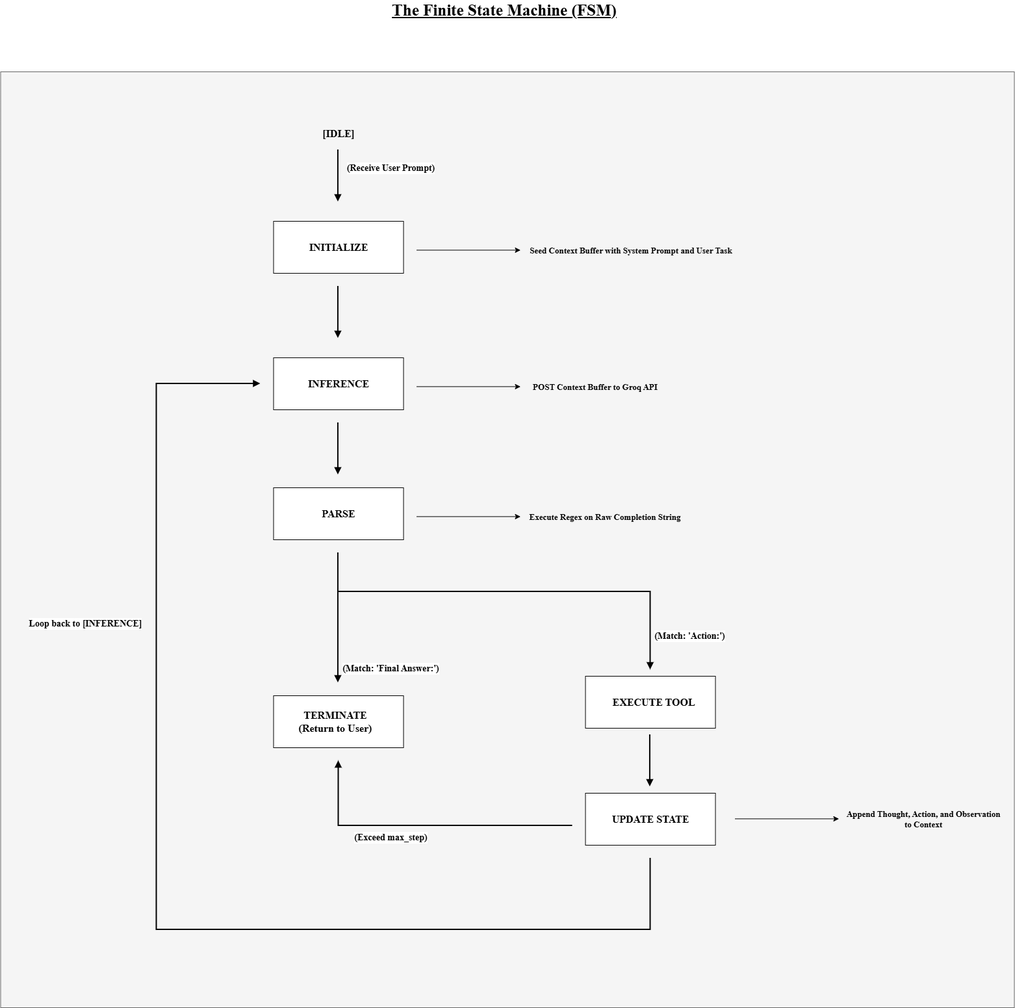
Above: projects/P01 - Raw Python ReAct Loop/architecture/The Finite State Machine (FSM).png in RansiluRanasinghe/agentic-ai-engineering (draw.io), before the change. Source tidied: cells renumbered, new cells last; positions are measured from the earlier drawing's top-left corner, leaving out a move shared by most shapes.
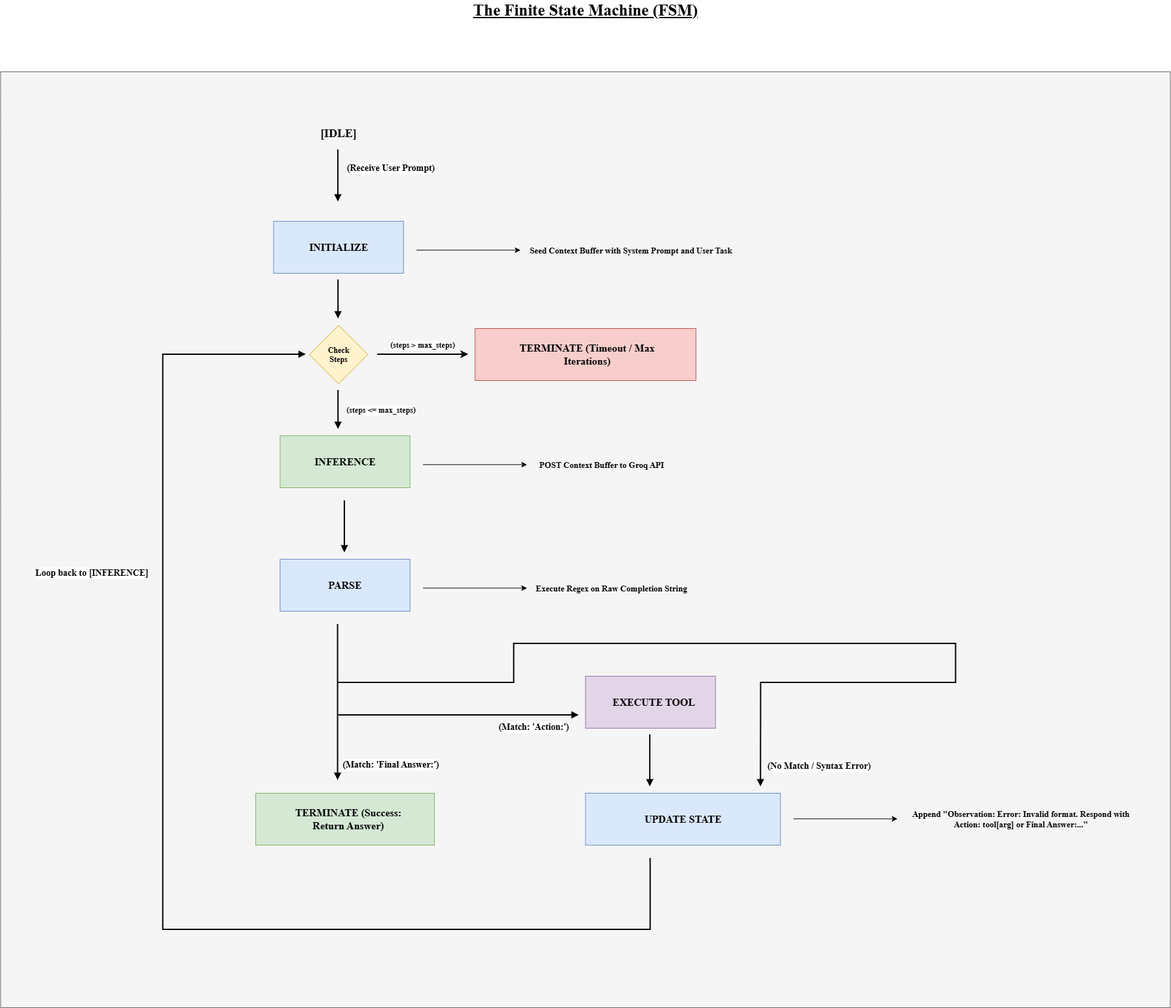
After the change.

Commit message:
docs(p01): updated system topology and FSM architecture diagrams

Diff of the diagram source:
```diff
@@ -3,12 +3,12 @@
     <mxCell id="0" />
     <mxCell id="1" parent="0" />
     <mxCell id="2" style="rounded=0;whiteSpace=wrap;html=1;fillColor=#f5f5f5;strokeColor=#666666;fontColor=#333333;" parent="1" vertex="1">
-      <mxGeometry y="110" width="1560" height="1440" as="geometry" />
+      <mxGeometry y="110" width="1800" height="1440" as="geometry" />
     </mxCell>
     <mxCell id="3" value="The Finite State Machine (FSM)" style="text;html=1;whiteSpace=wrap;strokeColor=none;fillColor=none;align=center;verticalAlign=middle;rounded=0;fontStyle=5;fontSize=25;fontFamily=Times New Roman;textShadow=0;labelBackgroundColor=none;labelBorderColor=none;" parent="1" vertex="1">
-      <mxGeometry width="1550" height="30" as="geometry" />
+      <mxGeometry width="1800" height="30" as="geometry" />
     </mxCell>
-    <mxCell id="4" value="[IDLE]" style="text;html=1;whiteSpace=wrap;strokeColor=none;fillColor=none;align=center;verticalAlign=middle;rounded=0;fontStyle=1;fontFamily=Times New Roman;fontSize=16;" parent="1" vertex="1">
+    <mxCell id="4" value="[IDLE]" style="text;html=1;whiteSpace=wrap;strokeColor=none;fillColor=none;align=center;verticalAlign=middle;rounded=0;fontStyle=1;fontFamily=Times New Roman;fontSize=18;labelBorderColor=none;textShadow=0;labelBackgroundColor=none;" parent="1" vertex="1">
       <mxGeometry x="420" y="190" width="200" height="30" as="geometry" />
     </mxCell>
     <mxCell id="5" value="&lt;font face=&quot;Times New Roman&quot;&gt;&lt;b&gt;(Receive User Prompt)&lt;/b&gt;&lt;/font&gt;" style="html=1;verticalAlign=bottom;endArrow=block;curved=0;rounded=0;strokeWidth=2;fontSize=14;" parent="1" edge="1">
@@ -17,7 +17,7 @@
         <mxPoint x="519.4" y="310" as="targetPoint" />
       </mxGeometry>
     </mxCell>
-    <mxCell id="6" style="rounded=0;whiteSpace=wrap;html=1;" parent="1" vertex="1">
+    <mxCell id="6" style="rounded=0;whiteSpace=wrap;html=1;fillColor=#dae8fc;strokeColor=#6c8ebf;" parent="1" vertex="1">
       <mxGeometry x="420" y="340" width="200" height="80" as="geometry" />
     </mxCell>
     <mxCell id="7" value="INITIALIZE" style="text;html=1;whiteSpace=wrap;strokeColor=none;fillColor=none;align=center;verticalAlign=middle;rounded=0;fontStyle=1;fontFamily=Times New Roman;fontSize=16;" parent="1" vertex="1">
@@ -32,80 +32,71 @@
     <mxCell id="9" value="Seed Context Buffer with System Prompt and User Task" style="text;html=1;whiteSpace=wrap;strokeColor=none;fillColor=none;align=center;verticalAlign=middle;rounded=0;fontSize=13;fontFamily=Times New Roman;fontStyle=1;" parent="1" vertex="1">
       <mxGeometry x="810" y="370" width="320" height="30" as="geometry" />
     </mxCell>
-    <mxCell id="10" style="html=1;verticalAlign=bottom;endArrow=block;curved=0;rounded=0;strokeWidth=2;fontSize=14;" parent="1" edge="1">
-      <mxGeometry y="81" relative="1" as="geometry">
-        <mxPoint x="519.4" y="440" as="sourcePoint" />
-        <mxPoint x="519.4" y="520" as="targetPoint" />
-      </mxGeometry>
-    </mxCell>
-    <mxCell id="11" style="rounded=0;whiteSpace=wrap;html=1;" parent="1" vertex="1">
-      <mxGeometry x="420" y="550" width="200" height="80" as="geometry" />
+    <mxCell id="11" style="rounded=0;whiteSpace=wrap;html=1;fillColor=#d5e8d4;strokeColor=#82b366;" parent="1" vertex="1">
+      <mxGeometry x="430" y="670" width="200" height="80" as="geometry" />
     </mxCell>
     <mxCell id="12" value="INFERENCE" style="text;html=1;whiteSpace=wrap;strokeColor=none;fillColor=none;align=center;verticalAlign=middle;rounded=0;fontStyle=1;fontFamily=Times New Roman;fontSize=16;" parent="1" vertex="1">
-      <mxGeometry x="455" y="575" width="130" height="30" as="geometry" />
+      <mxGeometry x="465" y="695" width="130" height="30" as="geometry" />
     </mxCell>
     <mxCell id="13" style="endArrow=classic;html=1;rounded=0;" parent="1" edge="1">
       <mxGeometry relative="1" as="geometry">
-        <mxPoint x="640" y="594.4" as="sourcePoint" />
-        <mxPoint x="800" y="594.4" as="targetPoint" />
+        <mxPoint x="650" y="714.4" as="sourcePoint" />
+        <mxPoint x="810" y="714.4" as="targetPoint" />
       </mxGeometry>
     </mxCell>
     <mxCell id="14" value="POST Context Buffer to Groq API" style="text;html=1;whiteSpace=wrap;strokeColor=none;fillColor=none;align=center;verticalAlign=middle;rounded=0;fontSize=13;fontFamily=Times New Roman;fontStyle=1;" parent="1" vertex="1">
-      <mxGeometry x="810" y="580" width="210" height="30" as="geometry" />
+      <mxGeometry x="820" y="700" width="210" height="30" as="geometry" />
     </mxCell>
-    <mxCell id="15" style="rounded=0;whiteSpace=wrap;html=1;" parent="1" vertex="1">
-      <mxGeometry x="420" y="750" width="200" height="80" as="geometry" />
+    <mxCell id="15" style="rounded=0;whiteSpace=wrap;html=1;fillColor=#dae8fc;strokeColor=#6c8ebf;" parent="1" vertex="1">
+      <mxGeometry x="430" y="860" width="200" height="80" as="geometry" />
     </mxCell>
     <mxCell id="16" value="PARSE" style="text;html=1;whiteSpace=wrap;strokeColor=none;fillColor=none;align=center;verticalAlign=middle;rounded=0;fontStyle=1;fontFamily=Times New Roman;fontSize=16;" parent="1" vertex="1">
-      <mxGeometry x="455" y="775" width="130" height="30" as="geometry" />
+      <mxGeometry x="465" y="885" width="130" height="30" as="geometry" />
     </mxCell>
     <mxCell id="17" style="endArrow=classic;html=1;rounded=0;" parent="1" edge="1">
       <mxGeometry relative="1" as="geometry">
-        <mxPoint x="640" y="794.4" as="sourcePoint" />
-        <mxPoint x="800" y="794.4" as="targetPoint" />
+        <mxPoint x="650" y="904.4" as="sourcePoint" />
+        <mxPoint x="810" y="904.4" as="targetPoint" />
       </mxGeometry>
     </mxCell>
     <mxCell id="18" value="Execute Regex on Raw Completion String" style="text;html=1;whiteSpace=wrap;strokeColor=none;fillColor=none;align=center;verticalAlign=middle;rounded=0;fontSize=13;fontFamily=Times New Roman;fontStyle=1;" parent="1" vertex="1">
-      <mxGeometry x="810" y="780" width="240" height="30" as="geometry" />
+      <mxGeometry x="820" y="890" width="240" height="30" as="geometry" />
     </mxCell>
     <mxCell id="19" style="html=1;verticalAlign=bottom;endArrow=block;curved=0;rounded=0;strokeWidth=2;fontSize=14;" parent="1" edge="1">
       <mxGeometry y="81" relative="1" as="geometry">
-        <mxPoint x="519.4" y="650" as="sourcePoint" />
-        <mxPoint x="519.4" y="730" as="targetPoint" />
+        <mxPoint x="529.4" y="770" as="sourcePoint" />
+        <mxPoint x="529.4" y="850" as="targetPoint" />
       </mxGeometry>
     </mxCell>
-    <mxCell id="20" style="rounded=0;whiteSpace=wrap;html=1;" parent="1" vertex="1">
-      <mxGeometry x="420" y="1070" width="200" height="80" as="geometry" />
+    <mxCell id="20" style="rounded=0;whiteSpace=wrap;html=1;fillColor=#d5e8d4;strokeColor=#82b366;" parent="1" vertex="1">
+      <mxGeometry x="392.5" y="1220" width="275" height="80" as="geometry" />
     </mxCell>
-    <mxCell id="21" value="TERMINATE&lt;div&gt;(Return to User)&lt;/div&gt;" style="text;html=1;whiteSpace=wrap;strokeColor=none;fillColor=none;align=center;verticalAlign=middle;rounded=0;fontStyle=1;fontFamily=Times New Roman;fontSize=16;" parent="1" vertex="1">
-      <mxGeometry x="450" y="1095" width="130" height="30" as="geometry" />
+    <mxCell id="21" value="TERMINATE (Success: Return Answer)" style="text;html=1;whiteSpace=wrap;strokeColor=none;fillColor=none;align=center;verticalAlign=middle;rounded=0;fontStyle=1;fontFamily=Times New Roman;fontSize=16;" parent="1" vertex="1">
+      <mxGeometry x="440" y="1245" width="190" height="30" as="geometry" />
     </mxCell>
     <mxCell id="22" value="&lt;font face=&quot;Times New Roman&quot;&gt;&lt;b&gt;(Match: 'Final Answer:')&lt;/b&gt;&lt;/font&gt;" style="html=1;verticalAlign=bottom;endArrow=block;curved=0;rounded=0;strokeWidth=2;fontSize=14;" parent="1" edge="1">
       <mxGeometry x="0.9" y="81" relative="1" as="geometry">
-        <mxPoint x="519.4" y="850" as="sourcePoint" />
-        <mxPoint x="519.4" y="1050" as="targetPoint" />
+        <mxPoint x="519" y="960" as="sourcePoint" />
+        <mxPoint x="519" y="1200" as="targetPoint" />
       </mxGeometry>
     </mxCell>
-    <mxCell id="23" style="rounded=0;whiteSpace=wrap;html=1;" parent="1" vertex="1">
+    <mxCell id="23" style="rounded=0;whiteSpace=wrap;html=1;fillColor=#e1d5e7;strokeColor=#9673a6;" parent="1" vertex="1">
       <mxGeometry x="900" y="1040" width="200" height="80" as="geometry" />
     </mxCell>
     <mxCell id="24" value="EXECUTE TOOL" style="text;html=1;whiteSpace=wrap;strokeColor=none;fillColor=none;align=center;verticalAlign=middle;rounded=0;fontStyle=1;fontFamily=Times New Roman;fontSize=16;" parent="1" vertex="1">
       <mxGeometry x="930" y="1065" width="150" height="30" as="geometry" />
     </mxCell>
     <mxCell id="25" value="&lt;font face=&quot;Times New Roman&quot;&gt;&lt;b&gt;(Match: 'Action:')&lt;/b&gt;&lt;/font&gt;" style="html=1;verticalAlign=bottom;endArrow=block;curved=0;rounded=0;strokeWidth=2;fontSize=14;" parent="1" edge="1">
-      <mxGeometry x="0.87" y="60" relative="1" as="geometry">
-        <mxPoint x="520" y="910" as="sourcePoint" />
-        <mxPoint x="1000" y="1030" as="targetPoint" />
-        <Array as="points">
-          <mxPoint x="1000" y="910" />
-        </Array>
+      <mxGeometry x="0.62" y="-30" relative="1" as="geometry">
+        <mxPoint x="520" y="1100" as="sourcePoint" />
+        <mxPoint x="890" y="1100" as="targetPoint" />
       </mxGeometry>
     </mxCell>
-    <mxCell id="26" style="rounded=0;whiteSpace=wrap;html=1;" parent="1" vertex="1">
-      <mxGeometry x="900" y="1220" width="200" height="80" as="geometry" />
+    <mxCell id="26" style="rounded=0;whiteSpace=wrap;html=1;fillColor=#dae8fc;strokeColor=#6c8ebf;" parent="1" vertex="1">
+      <mxGeometry x="900" y="1220" width="300" height="80" as="geometry" />
     </mxCell>
     <mxCell id="27" value="UPDATE STATE" style="text;html=1;whiteSpace=wrap;strokeColor=none;fillColor=none;align=center;verticalAlign=middle;rounded=0;fontStyle=1;fontFamily=Times New Roman;fontSize=16;" parent="1" vertex="1">
-      <mxGeometry x="930" y="1245" width="140" height="30" as="geometry" />
+      <mxGeometry x="980" y="1245" width="140" height="30" as="geometry" />
     </mxCell>
     <mxCell id="28" style="html=1;verticalAlign=bottom;endArrow=block;curved=0;rounded=0;strokeWidth=2;fontSize=14;" parent="1" edge="1">
       <mxGeometry y="81" relative="1" as="geometry">
@@ -115,33 +106,76 @@
     </mxCell>
     <mxCell id="29" style="endArrow=classic;html=1;rounded=0;" parent="1" edge="1">
       <mxGeometry relative="1" as="geometry">
-        <mxPoint x="1130" y="1259.4" as="sourcePoint" />
-        <mxPoint x="1290" y="1259.4" as="targetPoint" />
+        <mxPoint x="1220" y="1259.4" as="sourcePoint" />
+        <mxPoint x="1380" y="1259.4" as="targetPoint" />
       </mxGeometry>
     </mxCell>
-    <mxCell id="30" value="Append Thought, Action, and Observation to Context" style="text;html=1;whiteSpace=wrap;strokeColor=none;fillColor=none;align=center;verticalAlign=middle;rounded=0;fontSize=13;fontFamily=Times New Roman;fontStyle=1;" parent="1" vertex="1">
-      <mxGeometry x="1300" y="1245" width="240" height="30" as="geometry" />
+    <mxCell id="30" value="Append &quot;Observation: Error: Invalid format. Respond with Action: tool[arg] or Final Answer:...&quot;" style="text;html=1;whiteSpace=wrap;strokeColor=none;fillColor=none;align=center;verticalAlign=middle;rounded=0;fontSize=13;fontFamily=Times New Roman;fontStyle=1;" parent="1" vertex="1">
+      <mxGeometry x="1390" y="1245" width="360" height="30" as="geometry" />
     </mxCell>
-    <mxCell id="31" value="&lt;font face=&quot;Times New Roman&quot;&gt;&lt;b&gt;(Exceed max_step)&lt;/b&gt;&lt;/font&gt;" style="html=1;verticalAlign=bottom;endArrow=block;curved=0;rounded=0;strokeWidth=2;fontSize=14;" parent="1" edge="1">
-      <mxGeometry x="0.22" y="30" relative="1" as="geometry">
-        <mxPoint x="880" y="1270" as="sourcePoint" />
-        <mxPoint x="520" y="1170" as="targetPoint" />
-        <Array as="points">
-          <mxPoint x="520" y="1270" />
-        </Array>
-      </mxGeometry>
-    </mxCell>
     <mxCell id="32" value="&lt;font face=&quot;Times New Roman&quot;&gt;&lt;b&gt;Loop back to [INFERENCE]&lt;/b&gt;&lt;/font&gt;" style="html=1;verticalAlign=bottom;endArrow=block;curved=0;rounded=0;strokeWidth=2;fontSize=14;" parent="1" edge="1">
       <mxGeometry x="0.42" y="110" relative="1" as="geometry">
         <mxPoint x="1000" y="1320" as="sourcePoint" />
-        <mxPoint x="400" y="590" as="targetPoint" />
+        <mxPoint x="470" y="545" as="targetPoint" />
         <Array as="points">
           <mxPoint x="1000" y="1430" />
-          <mxPoint x="240" y="1430" />
-          <mxPoint x="240" y="590" />
+          <mxPoint x="250" y="1430" />
+          <mxPoint x="250" y="545" />
         </Array>
         <mxPoint y="1" as="offset" />
       </mxGeometry>
     </mxCell>
+    <mxCell id="33" value="&lt;font face=&quot;Times New Roman&quot;&gt;&lt;b&gt;(No Match / Syntax Error)&lt;/b&gt;&lt;/font&gt;" style="html=1;verticalAlign=bottom;endArrow=block;curved=0;rounded=0;strokeWidth=2;fontSize=14;" parent="1" edge="1">
+      <mxGeometry x="0.97" y="90" relative="1" as="geometry">
+        <mxPoint x="520" y="1050" as="sourcePoint" />
+        <mxPoint x="1169.7" y="1210" as="targetPoint" />
+        <Array as="points">
+          <mxPoint x="790" y="1050" />
+          <mxPoint x="790" y="990" />
+          <mxPoint x="1010" y="990" />
+          <mxPoint x="1130" y="990" />
+          <mxPoint x="1470" y="990" />
+          <mxPoint x="1470" y="1050" />
+          <mxPoint x="1170" y="1050" />
+        </Array>
+      </mxGeometry>
+    </mxCell>
+    <mxCell id="34" style="edgeStyle=orthogonalEdgeStyle;rounded=0;orthogonalLoop=1;jettySize=auto;html=1;strokeWidth=2;" parent="1" edge="1">
+      <mxGeometry relative="1" as="geometry">
+        <mxPoint x="580" y="545" as="sourcePoint" />
+        <mxPoint x="720" y="545" as="targetPoint" />
+      </mxGeometry>
+    </mxCell>
+    <mxCell id="35" value="&lt;b&gt;&lt;font face=&quot;Times New Roman&quot; style=&quot;font-size: 12px;&quot;&gt;(steps &amp;gt; max_steps)&lt;/font&gt;&lt;/b&gt;" style="edgeLabel;html=1;align=center;verticalAlign=middle;" parent="34" vertex="1">
+      <mxGeometry x="0.06" relative="1" as="geometry">
+        <mxPoint x="-6" y="-15" as="offset" />
+      </mxGeometry>
+    </mxCell>
+    <mxCell id="36" value="&lt;div&gt;Check Steps&lt;/div&gt;" style="rhombus;whiteSpace=wrap;html=1;shapeInside=1;fontFamily=Times New Roman;fontStyle=1;fillColor=#fff2cc;strokeColor=#d6b656;" parent="1" vertex="1">
+      <mxGeometry x="475" y="500" width="90" height="90" as="geometry" />
+    </mxCell>
+    <mxCell id="37" style="html=1;verticalAlign=bottom;endArrow=block;curved=0;rounded=0;strokeWidth=2;fontSize=14;" parent="1" edge="1">
+      <mxGeometry y="81" relative="1" as="geometry">
+        <mxPoint x="519.7" y="430" as="sourcePoint" />
+        <mxPoint x="519.7" y="490" as="targetPoint" />
+      </mxGeometry>
+    </mxCell>
+    <mxCell id="38" style="html=1;verticalAlign=bottom;endArrow=block;curved=0;rounded=0;strokeWidth=2;fontSize=14;" parent="1" edge="1">
+      <mxGeometry y="81" relative="1" as="geometry">
+        <mxPoint x="519.7" y="600" as="sourcePoint" />
+        <mxPoint x="519.7" y="660" as="targetPoint" />
+      </mxGeometry>
+    </mxCell>
+    <mxCell id="39" value="&lt;font face=&quot;Times New Roman&quot; style=&quot;font-size: 12px;&quot;&gt;&lt;b style=&quot;&quot;&gt;(steps &amp;lt;= max_steps)&lt;/b&gt;&lt;/font&gt;" style="edgeLabel;html=1;align=center;verticalAlign=middle;" parent="38" vertex="1">
+      <mxGeometry x="-0.35" y="-2" relative="1" as="geometry">
+        <mxPoint x="67" y="10" as="offset" />
+      </mxGeometry>
+    </mxCell>
+    <mxCell id="40" style="rounded=0;whiteSpace=wrap;html=1;fillColor=#f8cecc;strokeColor=#b85450;" parent="1" vertex="1">
+      <mxGeometry x="730" y="505" width="340" height="80" as="geometry" />
+    </mxCell>
+    <mxCell id="41" value="TERMINATE (Timeout / Max Iterations)" style="text;html=1;whiteSpace=wrap;strokeColor=none;fillColor=none;align=center;verticalAlign=middle;rounded=0;fontStyle=1;fontFamily=Times New Roman;fontSize=16;" parent="1" vertex="1">
+      <mxGeometry x="765" y="530" width="275" height="30" as="geometry" />
+    </mxCell>
   </root>
 </mxGraphModel>
```
